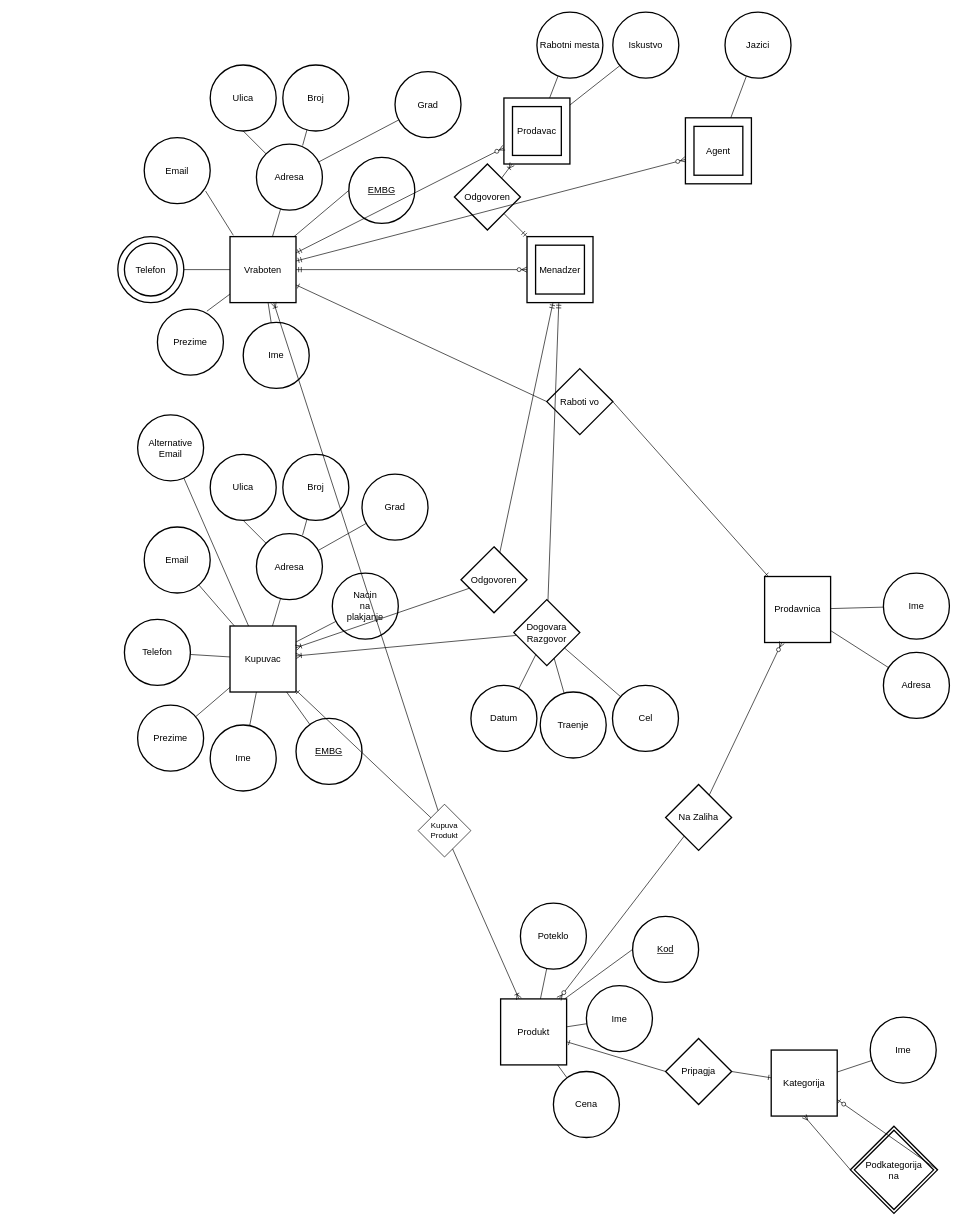
Above: LAB1.drawio in Crypter/Chernobyl (draw.io), before the change. Source tidied: cells renumbered, new cells numbered last; positions are measured from the earlier drawing's top-left corner, leaving out a move shared by most shapes. Both pictures are drawn from the tidied source at 66%, with x=0, y=0 at pixel (117, 12).
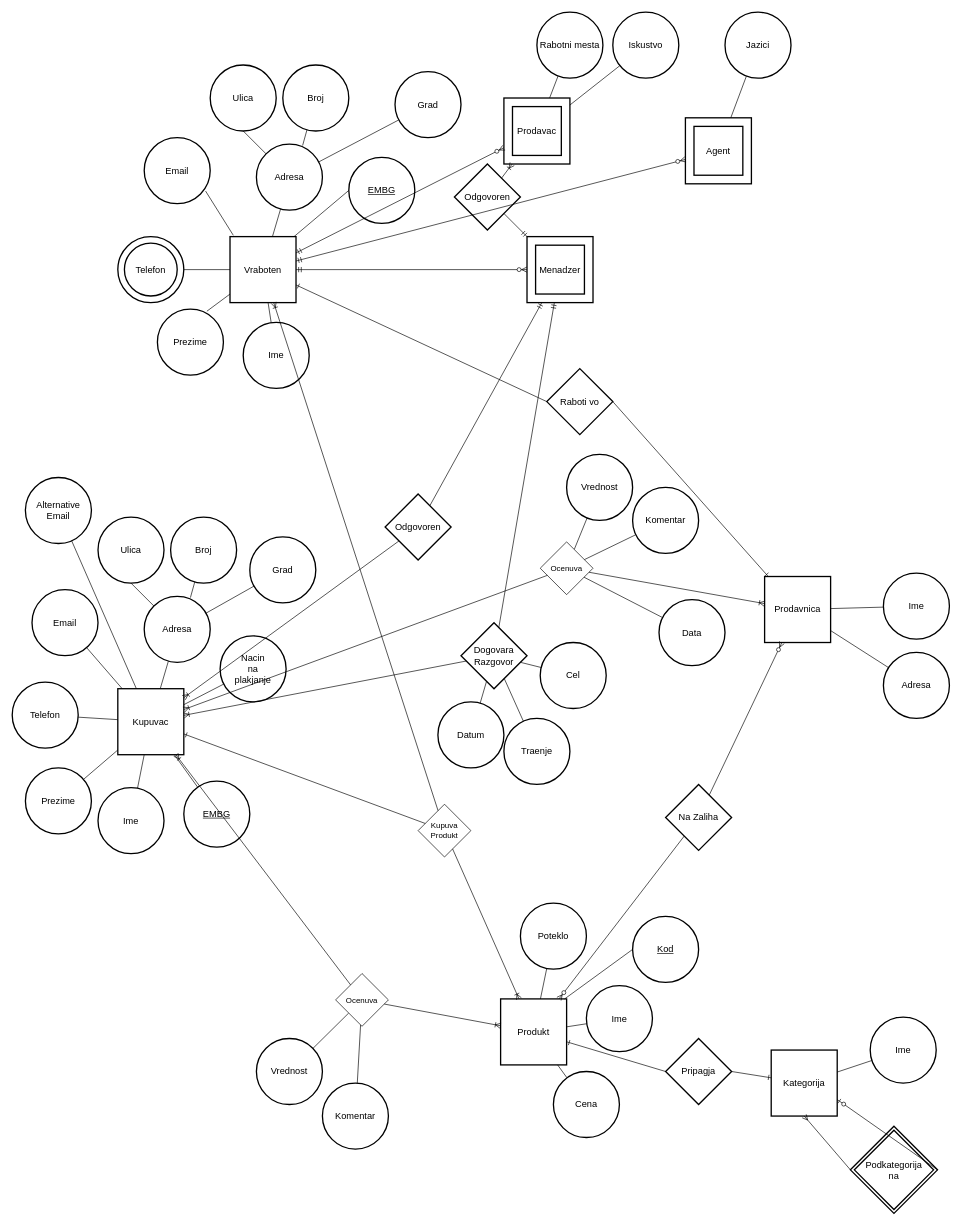
After the change.

The change refers to these unchanged cells:
```xml
<mxCell id="21" value="&lt;div&gt;Produkt&lt;/div&gt;" style="strokeWidth=2;whiteSpace=wrap;html=1;align=center;fontSize=14;" parent="1" vertex="1">
  <mxGeometry x="580" y="1495" width="100" height="100" as="geometry" />
</mxCell>
<mxCell id="30" value="Prodavnica" style="strokeWidth=2;whiteSpace=wrap;html=1;align=center;fontSize=14;" parent="1" vertex="1">
  <mxGeometry x="980" y="855" width="100" height="100" as="geometry" />
</mxCell>
```

What changed in the source:
```diff
@@
     <mxCell id="35" value="Kupuvac" style="strokeWidth=2;whiteSpace=wrap;html=1;align=center;fontSize=14;" parent="1" vertex="1">
-      <mxGeometry x="170" y="930" width="100" height="100" as="geometry" />
+      <mxGeometry y="1025" width="100" height="100" as="geometry" />
     </mxCell>
     <mxCell id="36" value="&lt;div&gt;Ime&lt;/div&gt;" style="ellipse;shape=ellipse;margin=10;strokeWidth=2;fontSize=14;whiteSpace=wrap;html=1;align=center;gradientColor=#ffffff;" parent="1" vertex="1">
-      <mxGeometry x="140" y="1080" width="100" height="100" as="geometry" />
+      <mxGeometry x="-30" y="1175" width="100" height="100" as="geometry" />
     </mxCell>
     <mxCell id="37" value="&lt;div&gt;Prezime&lt;/div&gt;" style="ellipse;shape=ellipse;margin=10;strokeWidth=2;fontSize=14;whiteSpace=wrap;html=1;align=center;gradientColor=#ffffff;" parent="1" vertex="1">
-      <mxGeometry x="30" y="1050" width="100" height="100" as="geometry" />
+      <mxGeometry x="-140" y="1145" width="100" height="100" as="geometry" />
     </mxCell>
     <mxCell id="38" value="&lt;div&gt;&lt;u&gt;EMBG&lt;/u&gt;&lt;/div&gt;" style="ellipse;shape=ellipse;margin=10;strokeWidth=2;fontSize=14;whiteSpace=wrap;html=1;align=center;gradientColor=#ffffff;" parent="1" vertex="1">
-      <mxGeometry x="270" y="1070" width="100" height="100" as="geometry" />
+      <mxGeometry x="100" y="1165" width="100" height="100" as="geometry" />
     </mxCell>
     <mxCell id="39" value="&lt;div&gt;Adresa&lt;/div&gt;" style="ellipse;shape=ellipse;margin=10;strokeWidth=2;fontSize=14;whiteSpace=wrap;html=1;align=center;gradientColor=#ffffff;" parent="1" vertex="1">
-      <mxGeometry x="210" y="790" width="100" height="100" as="geometry" />
+      <mxGeometry x="40" y="885" width="100" height="100" as="geometry" />
     </mxCell>
     <mxCell id="40" value="&lt;div&gt;Ulica&lt;/div&gt;" style="ellipse;shape=ellipse;margin=10;strokeWidth=2;fontSize=14;whiteSpace=wrap;html=1;align=center;gradientColor=#ffffff;" parent="1" vertex="1">
-      <mxGeometry x="140" y="670" width="100" height="100" as="geometry" />
+      <mxGeometry x="-30" y="765" width="100" height="100" as="geometry" />
     </mxCell>
     <mxCell id="41" value="&lt;div&gt;Broj&lt;/div&gt;" style="ellipse;shape=ellipse;margin=10;strokeWidth=2;fontSize=14;whiteSpace=wrap;html=1;align=center;gradientColor=#ffffff;" parent="1" vertex="1">
-      <mxGeometry x="250" y="670" width="100" height="100" as="geometry" />
+      <mxGeometry x="80" y="765" width="100" height="100" as="geometry" />
     </mxCell>
     <mxCell id="42" value="&lt;div&gt;Grad&lt;/div&gt;" style="ellipse;shape=ellipse;margin=10;strokeWidth=2;fontSize=14;whiteSpace=wrap;html=1;align=center;gradientColor=#ffffff;" parent="1" vertex="1">
-      <mxGeometry x="370" y="700" width="100" height="100" as="geometry" />
+      <mxGeometry x="200" y="795" width="100" height="100" as="geometry" />
     </mxCell>
     <mxCell id="43" value="&lt;div&gt;Email&lt;/div&gt;" style="ellipse;shape=ellipse;margin=10;strokeWidth=2;fontSize=14;whiteSpace=wrap;html=1;align=center;gradientColor=#ffffff;" parent="1" vertex="1">
-      <mxGeometry x="40" y="780" width="100" height="100" as="geometry" />
+      <mxGeometry x="-130" y="875" width="100" height="100" as="geometry" />
     </mxCell>
@@
     <mxCell id="53" value="&lt;div&gt;Telefon&lt;/div&gt;" style="ellipse;shape=ellipse;margin=10;strokeWidth=2;fontSize=14;whiteSpace=wrap;html=1;align=center;gradientColor=#ffffff;" parent="1" vertex="1">
-      <mxGeometry x="10" y="920" width="100" height="100" as="geometry" />
+      <mxGeometry x="-160" y="1015" width="100" height="100" as="geometry" />
     </mxCell>
     <mxCell id="54" value="&lt;div&gt;Nacin&lt;/div&gt;&lt;div&gt;na&lt;/div&gt;&lt;div&gt;plakjanje&lt;br&gt;&lt;/div&gt;" style="ellipse;shape=ellipse;margin=10;strokeWidth=2;fontSize=14;whiteSpace=wrap;html=1;align=center;gradientColor=#ffffff;" parent="1" vertex="1">
-      <mxGeometry x="325" y="850" width="100" height="100" as="geometry" />
+      <mxGeometry x="155" y="945" width="100" height="100" as="geometry" />
     </mxCell>
@@
     <mxCell id="56" value="&lt;div&gt;Alternative&lt;/div&gt;&lt;div&gt;Email&lt;/div&gt;" style="ellipse;shape=ellipse;margin=10;strokeWidth=2;fontSize=14;whiteSpace=wrap;html=1;align=center;gradientColor=#ffffff;" parent="1" vertex="1">
-      <mxGeometry x="30" y="610" width="100" height="100" as="geometry" />
+      <mxGeometry x="-140" y="705" width="100" height="100" as="geometry" />
     </mxCell>
@@
     <mxCell id="88" value="&lt;div&gt;Odgovoren&lt;/div&gt;" style="shape=rhombus;strokeWidth=2;fontSize=17;perimeter=rhombusPerimeter;whiteSpace=wrap;html=1;align=center;fontSize=14;gradientColor=#ffffff;" parent="1" vertex="1">
-      <mxGeometry x="520" y="810" width="100" height="100" as="geometry" />
+      <mxGeometry x="405" y="730" width="100" height="100" as="geometry" />
     </mxCell>
@@
     <mxCell id="91" value="&lt;div&gt;Dogovara&lt;/div&gt;&lt;div&gt;Razgovor&lt;br&gt;&lt;/div&gt;" style="shape=rhombus;strokeWidth=2;fontSize=17;perimeter=rhombusPerimeter;whiteSpace=wrap;html=1;align=center;fontSize=14;gradientColor=#ffffff;" parent="1" vertex="1">
-      <mxGeometry x="600" y="890" width="100" height="100" as="geometry" />
+      <mxGeometry x="520" y="925" width="100" height="100" as="geometry" />
     </mxCell>
@@
     <mxCell id="94" value="&lt;div&gt;Datum&lt;/div&gt;" style="ellipse;shape=ellipse;margin=10;strokeWidth=2;fontSize=14;whiteSpace=wrap;html=1;align=center;gradientColor=#ffffff;" parent="1" vertex="1">
-      <mxGeometry x="535" y="1020" width="100" height="100" as="geometry" />
+      <mxGeometry x="485" y="1045" width="100" height="100" as="geometry" />
     </mxCell>
     <mxCell id="95" value="Traenje" style="ellipse;shape=ellipse;margin=10;strokeWidth=2;fontSize=14;whiteSpace=wrap;html=1;align=center;gradientColor=#ffffff;" parent="1" vertex="1">
-      <mxGeometry x="640" y="1030" width="100" height="100" as="geometry" />
+      <mxGeometry x="585" y="1070" width="100" height="100" as="geometry" />
     </mxCell>
     <mxCell id="96" value="Cel" style="ellipse;shape=ellipse;margin=10;strokeWidth=2;fontSize=14;whiteSpace=wrap;html=1;align=center;gradientColor=#ffffff;" parent="1" vertex="1">
-      <mxGeometry x="749.5" y="1020" width="100" height="100" as="geometry" />
+      <mxGeometry x="640" y="955" width="100" height="100" as="geometry" />
     </mxCell>
@@
+    <mxCell id="104" value="Vrednost" style="ellipse;shape=ellipse;margin=10;strokeWidth=2;fontSize=14;whiteSpace=wrap;html=1;align=center;gradientColor=#ffffff;" parent="1" vertex="1">
+      <mxGeometry x="210" y="1555" width="100" height="100" as="geometry" />
+    </mxCell>
+    <mxCell id="105" style="fontSize=12;html=1;endArrow=none;endFill=0;" parent="1" edge="1" source="106" target="104">
+      <mxGeometry relative="1" as="geometry" />
+    </mxCell>
+    <mxCell id="106" value="Ocenuva" style="rhombus;whiteSpace=wrap;html=1;" parent="1" vertex="1">
+      <mxGeometry x="330" y="1456.5" width="80" height="80" as="geometry" />
+    </mxCell>
+    <mxCell id="107" style="fontSize=12;html=1;endArrow=ERoneToMany;" parent="1" edge="1" source="106" target="21">
+      <mxGeometry relative="1" as="geometry" />
+    </mxCell>
+    <mxCell id="108" value="Komentar" style="ellipse;shape=ellipse;margin=10;strokeWidth=2;fontSize=14;whiteSpace=wrap;html=1;align=center;gradientColor=#ffffff;" parent="1" vertex="1">
+      <mxGeometry x="310" y="1622.5" width="100" height="100" as="geometry" />
+    </mxCell>
+    <mxCell id="109" style="fontSize=12;html=1;endArrow=none;endFill=0;" parent="1" edge="1" source="106" target="108">
+      <mxGeometry relative="1" as="geometry" />
+    </mxCell>
+    <mxCell id="110" value="Vrednost" style="ellipse;shape=ellipse;margin=10;strokeWidth=2;fontSize=14;whiteSpace=wrap;html=1;align=center;gradientColor=#ffffff;" parent="1" vertex="1">
+      <mxGeometry x="680" y="670" width="100" height="100" as="geometry" />
+    </mxCell>
+    <mxCell id="111" style="fontSize=12;html=1;endArrow=none;endFill=0;" parent="1" edge="1" source="112" target="110">
+      <mxGeometry relative="1" as="geometry" />
+    </mxCell>
+    <mxCell id="112" value="Ocenuva" style="rhombus;whiteSpace=wrap;html=1;" parent="1" vertex="1">
+      <mxGeometry x="640" y="802.5" width="80" height="80" as="geometry" />
+    </mxCell>
+    <mxCell id="113" style="fontSize=12;html=1;endArrow=ERoneToMany;" parent="1" edge="1" source="112" target="30">
+      <mxGeometry relative="1" as="geometry" />
+    </mxCell>
+    <mxCell id="114" value="Komentar" style="ellipse;shape=ellipse;margin=10;strokeWidth=2;fontSize=14;whiteSpace=wrap;html=1;align=center;gradientColor=#ffffff;" parent="1" vertex="1">
+      <mxGeometry x="780" y="720" width="100" height="100" as="geometry" />
+    </mxCell>
+    <mxCell id="115" style="fontSize=12;html=1;endArrow=none;endFill=0;" parent="1" edge="1" source="112" target="114">
+      <mxGeometry relative="1" as="geometry" />
+    </mxCell>
+    <mxCell id="116" style="fontSize=12;html=1;endArrow=ERoneToMany;" parent="1" edge="1" source="112" target="35">
+      <mxGeometry relative="1" as="geometry" />
+    </mxCell>
+    <mxCell id="117" style="fontSize=12;html=1;endArrow=ERoneToMany;" parent="1" edge="1" source="106" target="35">
+      <mxGeometry relative="1" as="geometry" />
+    </mxCell>
+    <mxCell id="118" value="Data" style="ellipse;shape=ellipse;margin=10;strokeWidth=2;fontSize=14;whiteSpace=wrap;html=1;align=center;gradientColor=#ffffff;" parent="1" vertex="1">
+      <mxGeometry x="820" y="890" width="100" height="100" as="geometry" />
+    </mxCell>
+    <mxCell id="119" style="fontSize=12;html=1;endArrow=none;endFill=0;" parent="1" edge="1" source="112" target="118">
+      <mxGeometry relative="1" as="geometry" />
+    </mxCell>
```
